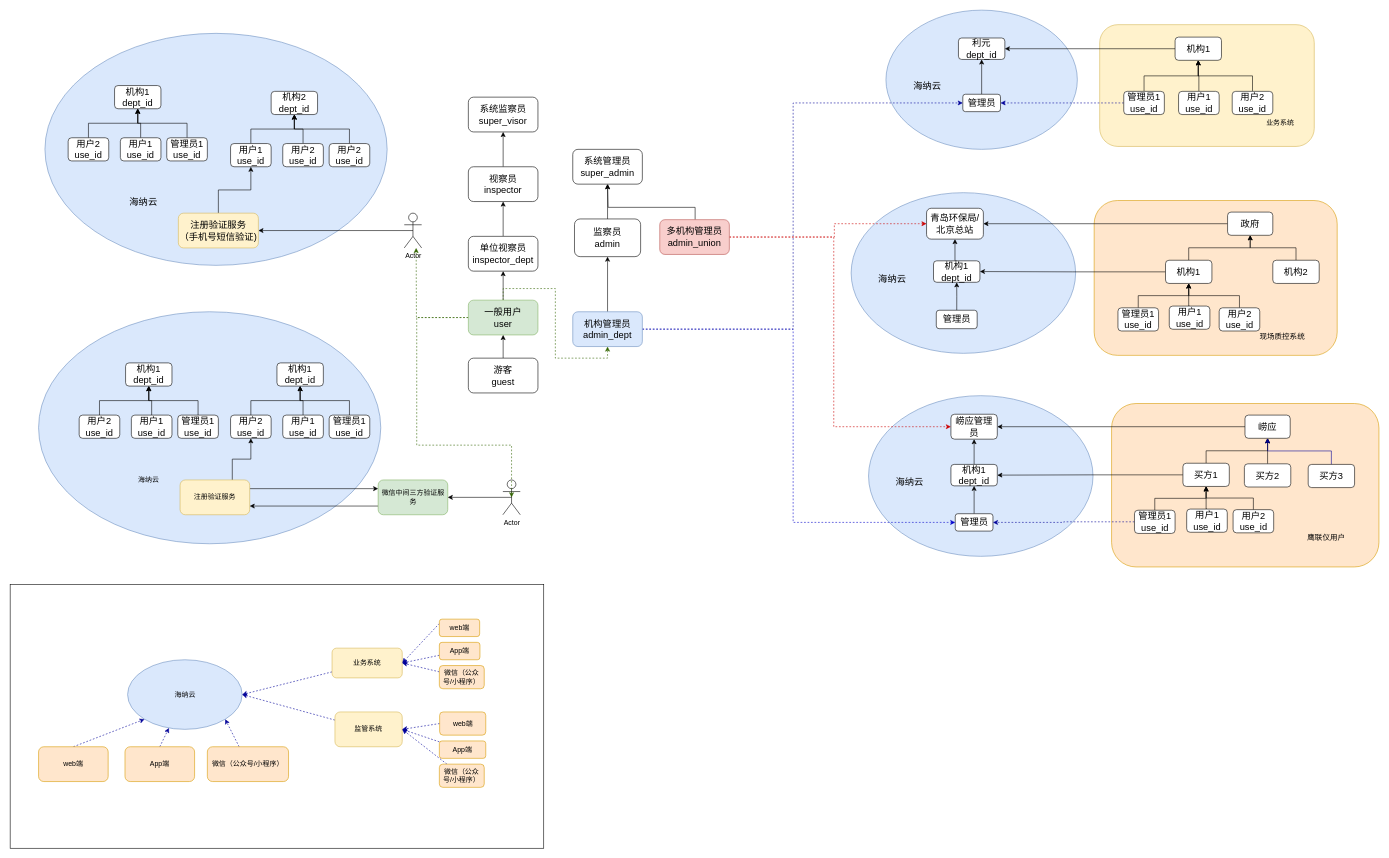
Earlier version of the draw.io diagram security.drawio (lzdong0714/note). Source tidied: cells renumbered, new cells numbered last; positions are measured from the earlier drawing's top-left corner, leaving out a move shared by most shapes. Both pictures are drawn from the tidied source at 58%, with x=0, y=0 at pixel (10, 10).
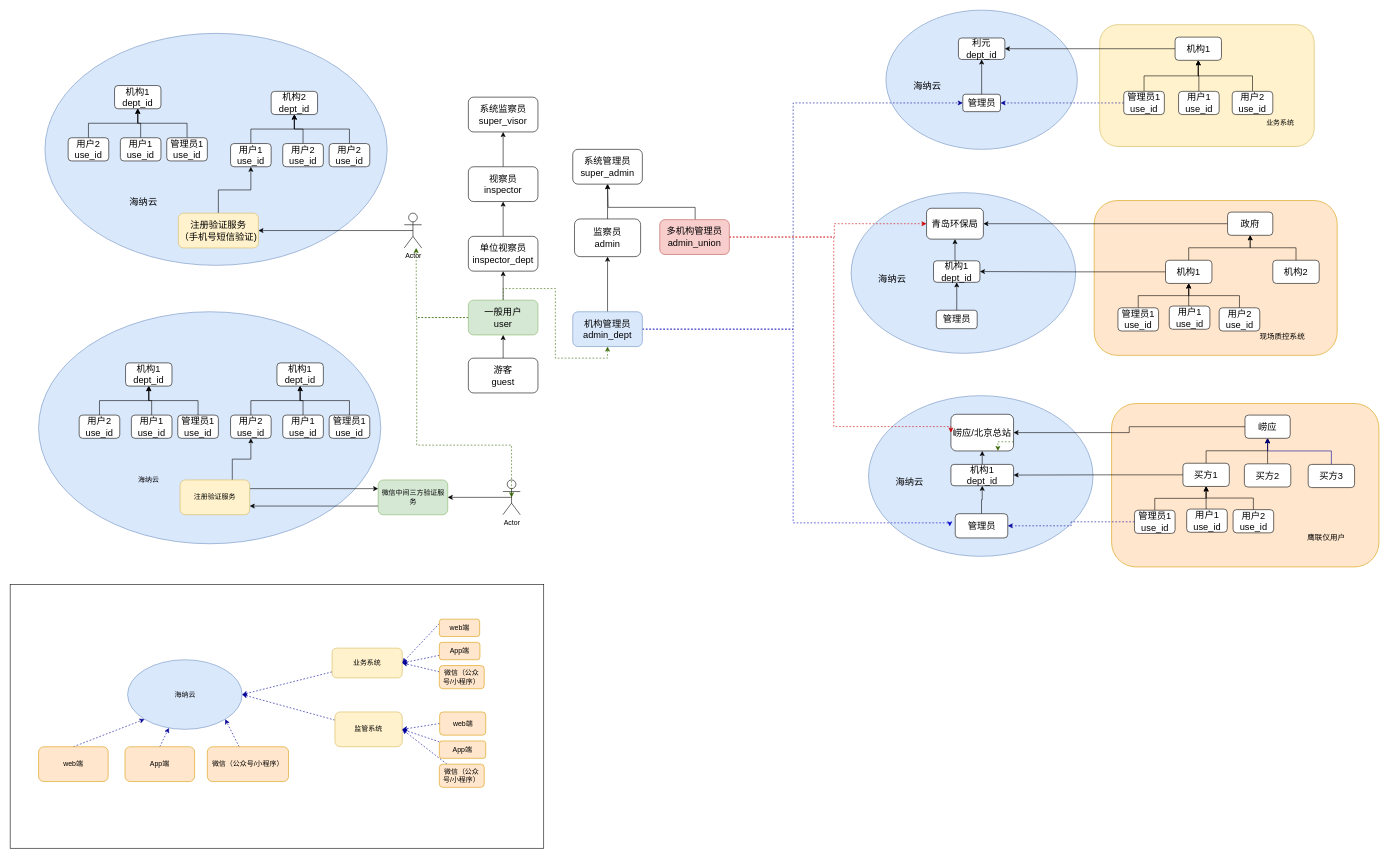
After the change.

The change refers to these unchanged cells:
```xml
<mxCell id="102" value="&lt;font style=&quot;font-size: 16px&quot;&gt;机构管理员&lt;br&gt;admin_dept&lt;/font&gt;" style="rounded=1;whiteSpace=wrap;html=1;fillColor=#dae8fc;strokeColor=#6c8ebf;" parent="1" vertex="1">
  <mxGeometry x="970" y="520" width="120" height="60" as="geometry" />
</mxCell>
```

The edit, as a diff of the source:
```diff
@@
-    <mxCell id="54" value="&lt;font style=&quot;font-size: 16px&quot;&gt;青岛环保局/北京总站&lt;/font&gt;" style="rounded=1;whiteSpace=wrap;html=1;" parent="1" vertex="1">
+    <mxCell id="54" value="&lt;font style=&quot;font-size: 16px&quot;&gt;青岛环保局&lt;/font&gt;" style="rounded=1;whiteSpace=wrap;html=1;" parent="1" vertex="1">
       <mxGeometry x="1580" y="341.6" width="98" height="53.2" as="geometry" />
     </mxCell>
@@
     <mxCell id="74" value="&lt;font style=&quot;font-size: 16px&quot;&gt;机构1&lt;br&gt;dept_id&lt;/font&gt;" style="rounded=1;whiteSpace=wrap;html=1;" parent="1" vertex="1">
-      <mxGeometry x="1622" y="783.2" width="80" height="37" as="geometry" />
+      <mxGeometry x="1622" y="783.2" width="108" height="36.8" as="geometry" />
     </mxCell>
@@
     <mxCell id="76" value="&lt;font style=&quot;font-size: 16px&quot;&gt;管理员&lt;/font&gt;" style="rounded=1;whiteSpace=wrap;html=1;" parent="1" vertex="1">
-      <mxGeometry x="1629.5" y="868.2" width="65" height="30" as="geometry" />
+      <mxGeometry x="1629.5" y="868.2" width="90.5" height="41.8" as="geometry" />
     </mxCell>
@@
-    <mxCell id="90" value="&lt;font style=&quot;font-size: 16px&quot;&gt;崂应管理员&lt;/font&gt;" style="rounded=1;whiteSpace=wrap;html=1;" parent="1" vertex="1">
-      <mxGeometry x="1622" y="696.7" width="80" height="43" as="geometry" />
+    <mxCell id="90" value="&lt;font style=&quot;font-size: 16px&quot;&gt;崂应&lt;/font&gt;&lt;span style=&quot;font-size: 16px&quot;&gt;/北京总站&lt;/span&gt;" style="rounded=1;whiteSpace=wrap;html=1;" parent="1" vertex="1">
+      <mxGeometry x="1622" y="696.8" width="108" height="63.2" as="geometry" />
     </mxCell>
@@
-    <mxCell id="100" style="edgeStyle=orthogonalEdgeStyle;rounded=0;jettySize=auto;html=1;entryX=0;entryY=0.5;entryDx=0;entryDy=0;dashed=1;strokeColor=#0000CC;exitX=1;exitY=0.5;exitDx=0;exitDy=0;" parent="1" edge="1" source="102" target="76">
+    <mxCell id="100" style="edgeStyle=orthogonalEdgeStyle;rounded=0;jettySize=auto;html=1;dashed=1;strokeColor=#0000CC;exitX=1;exitY=0.5;exitDx=0;exitDy=0;" parent="1" edge="1" source="102">
       <mxGeometry relative="1" as="geometry">
+        <mxPoint x="1620" y="890" as="targetPoint" />
         <Array as="points">
           <mxPoint x="1350" y="550" />
           <mxPoint x="1350" y="884" />
         </Array>
       </mxGeometry>
     </mxCell>
@@
+    <mxCell id="155" style="edgeStyle=orthogonalEdgeStyle;rounded=0;orthogonalLoop=1;jettySize=auto;html=1;exitX=1;exitY=0.75;exitDx=0;exitDy=0;entryX=0.75;entryY=1;entryDx=0;entryDy=0;dashed=1;strokeColor=#336600;" parent="1" edge="1" source="90" target="90">
+      <mxGeometry relative="1" as="geometry" />
+    </mxCell>
```
